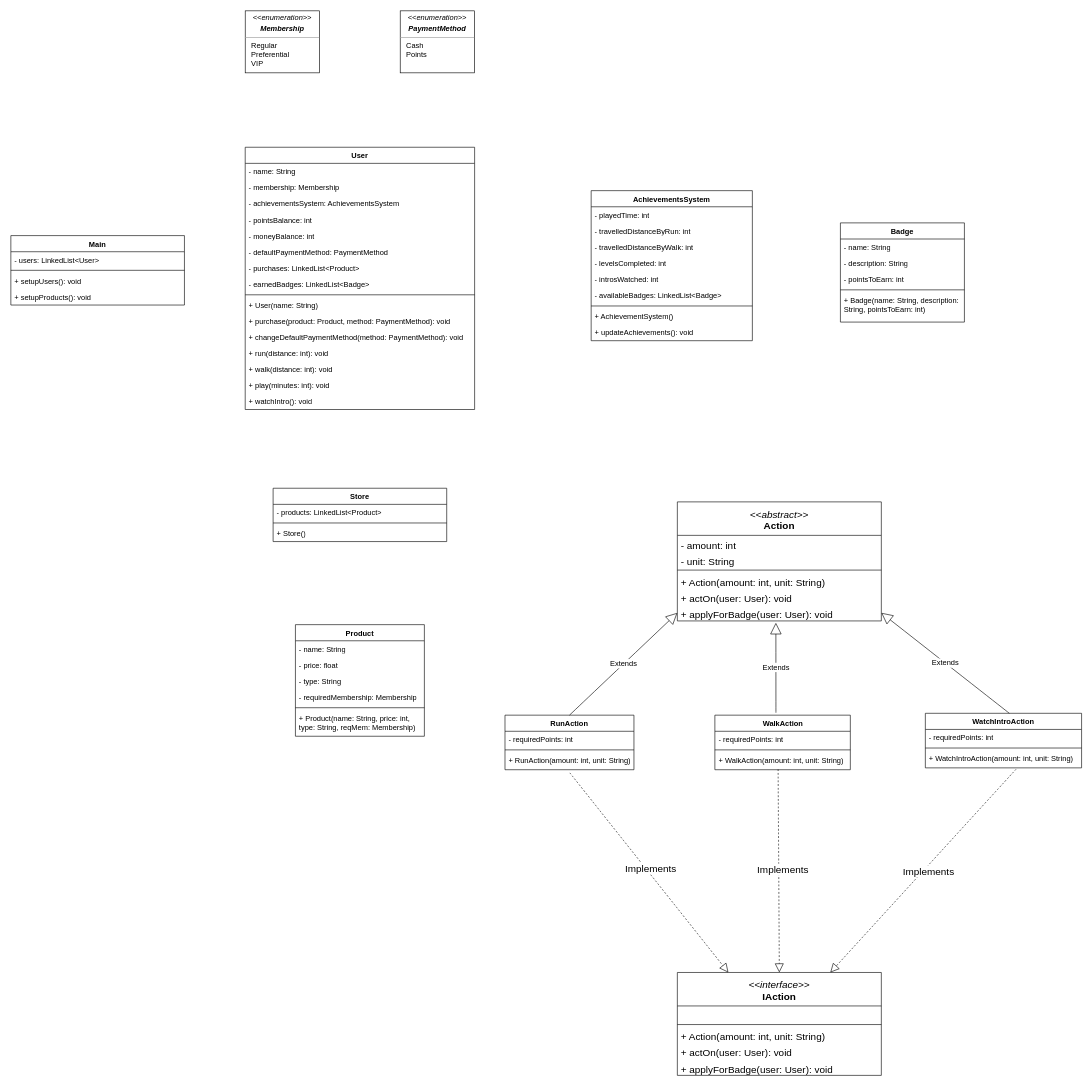
The draw.io diagram ClassDiagram.drawio in facundoveron/Sistema-de-logros, before the edit. Source tidied: cells renumbered, new cells numbered last; positions are measured from the earlier drawing's top-left corner, leaving out a move shared by most shapes. Both pictures are drawn from the tidied source at 62%, with x=0, y=0 at pixel (11, 11).
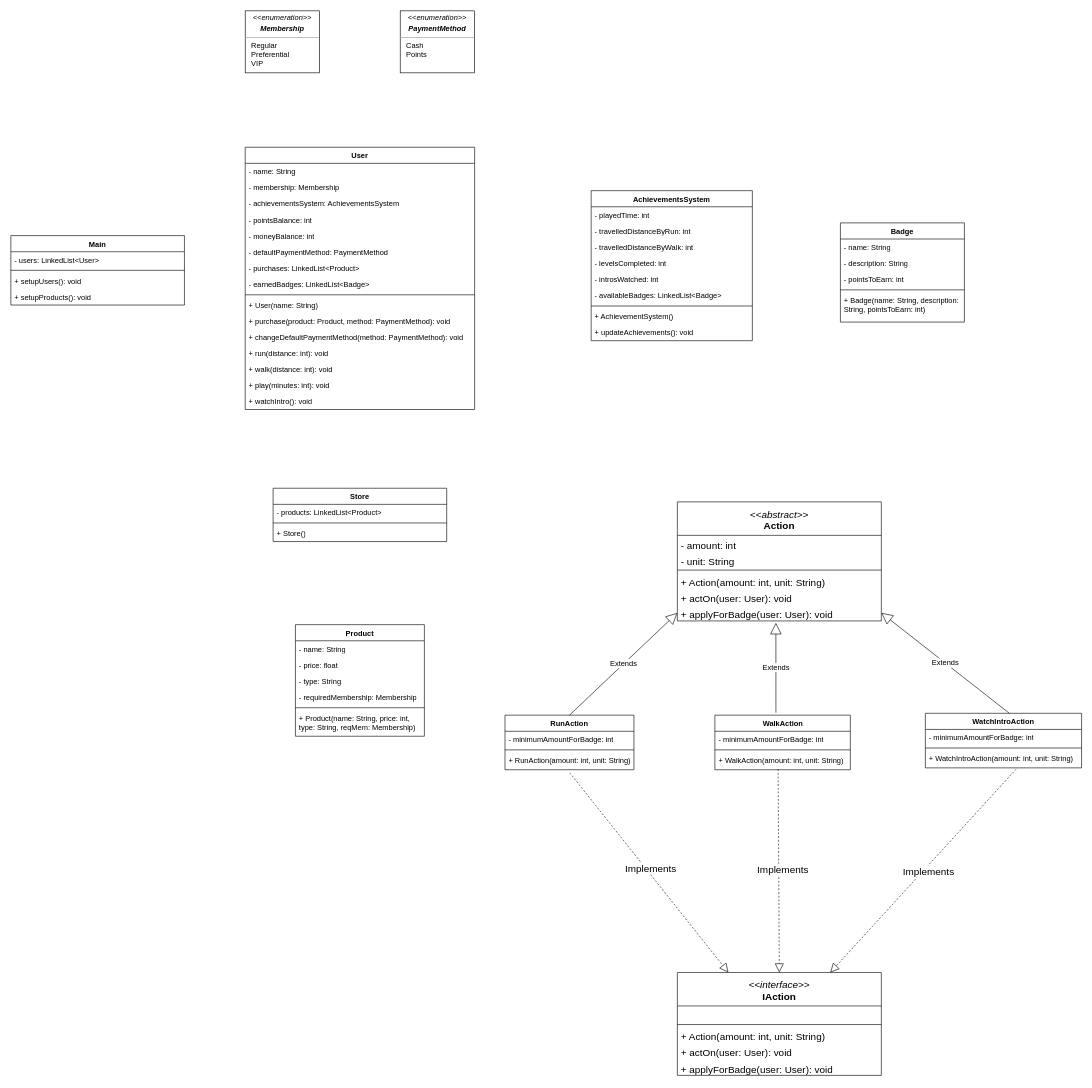
The same diagram, later.

The change refers to these unchanged cells:
```xml
<mxCell id="60" value="RunAction" style="swimlane;fontStyle=1;align=center;verticalAlign=top;horizontal=1;startSize=26;whiteSpace=wrap;html=1;rotation=0;" parent="1" vertex="1">
  <mxGeometry x="797" y="1136" width="208" height="88" as="geometry" />
</mxCell>
<mxCell id="64" value="WalkAction" style="swimlane;fontStyle=1;align=center;verticalAlign=top;horizontal=1;startSize=26;whiteSpace=wrap;html=1;rotation=0;" parent="1" vertex="1">
  <mxGeometry x="1135.5" y="1136" width="218.5" height="88" as="geometry" />
</mxCell>
<mxCell id="68" value="WatchIntroAction" style="swimlane;fontStyle=1;align=center;verticalAlign=top;horizontal=1;startSize=26;whiteSpace=wrap;html=1;rotation=0;" parent="1" vertex="1">
  <mxGeometry x="1475" y="1133" width="252" height="88" as="geometry" />
</mxCell>
```

Change to the diagram source:
```diff
@@
-    <mxCell id="61" value="- requiredPoints: int" style="text;strokeColor=none;fillColor=none;align=left;verticalAlign=top;spacingLeft=4;spacingRight=4;overflow=hidden;whiteSpace=wrap;html=1;" parent="60" vertex="1">
+    <mxCell id="61" value="- minimumAmountForBadge: int" style="text;strokeColor=none;fillColor=none;align=left;verticalAlign=top;spacingLeft=4;spacingRight=4;overflow=hidden;whiteSpace=wrap;html=1;" parent="60" vertex="1">
       <mxGeometry y="26" width="208" height="26" as="geometry" />
     </mxCell>
@@
-    <mxCell id="65" value="- requiredPoints: int" style="text;strokeColor=none;fillColor=none;align=left;verticalAlign=top;spacingLeft=4;spacingRight=4;overflow=hidden;whiteSpace=wrap;html=1;" parent="64" vertex="1">
+    <mxCell id="65" value="-&amp;nbsp;minimumAmountForBadge: int" style="text;strokeColor=none;fillColor=none;align=left;verticalAlign=top;spacingLeft=4;spacingRight=4;overflow=hidden;whiteSpace=wrap;html=1;" parent="64" vertex="1">
       <mxGeometry y="26" width="218.5" height="26" as="geometry" />
     </mxCell>
@@
-    <mxCell id="69" value="- requiredPoints: int" style="text;strokeColor=none;fillColor=none;align=left;verticalAlign=top;spacingLeft=4;spacingRight=4;overflow=hidden;whiteSpace=wrap;html=1;" parent="68" vertex="1">
+    <mxCell id="69" value="-&amp;nbsp;minimumAmountForBadge: int" style="text;strokeColor=none;fillColor=none;align=left;verticalAlign=top;spacingLeft=4;spacingRight=4;overflow=hidden;whiteSpace=wrap;html=1;" parent="68" vertex="1">
       <mxGeometry y="26" width="252" height="26" as="geometry" />
     </mxCell>
```
